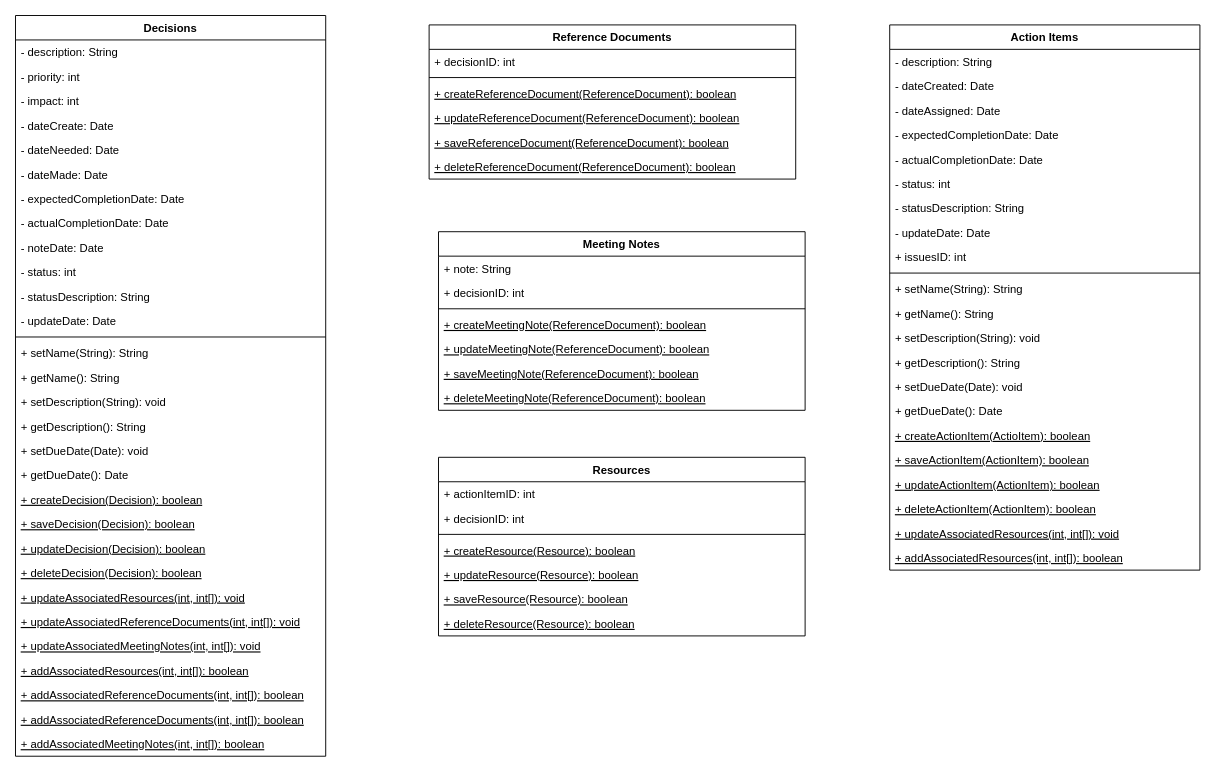
The draw.io diagram diagrams/umlAlice.drawio in alicebalayan/comp380---project3, before the edit. Source tidied: cells renumbered, new cells numbered last; positions are measured from the earlier drawing's top-left corner, leaving out a move shared by most shapes. Both pictures are drawn from the tidied source at 94%, with x=0, y=0 at pixel (15, 15).
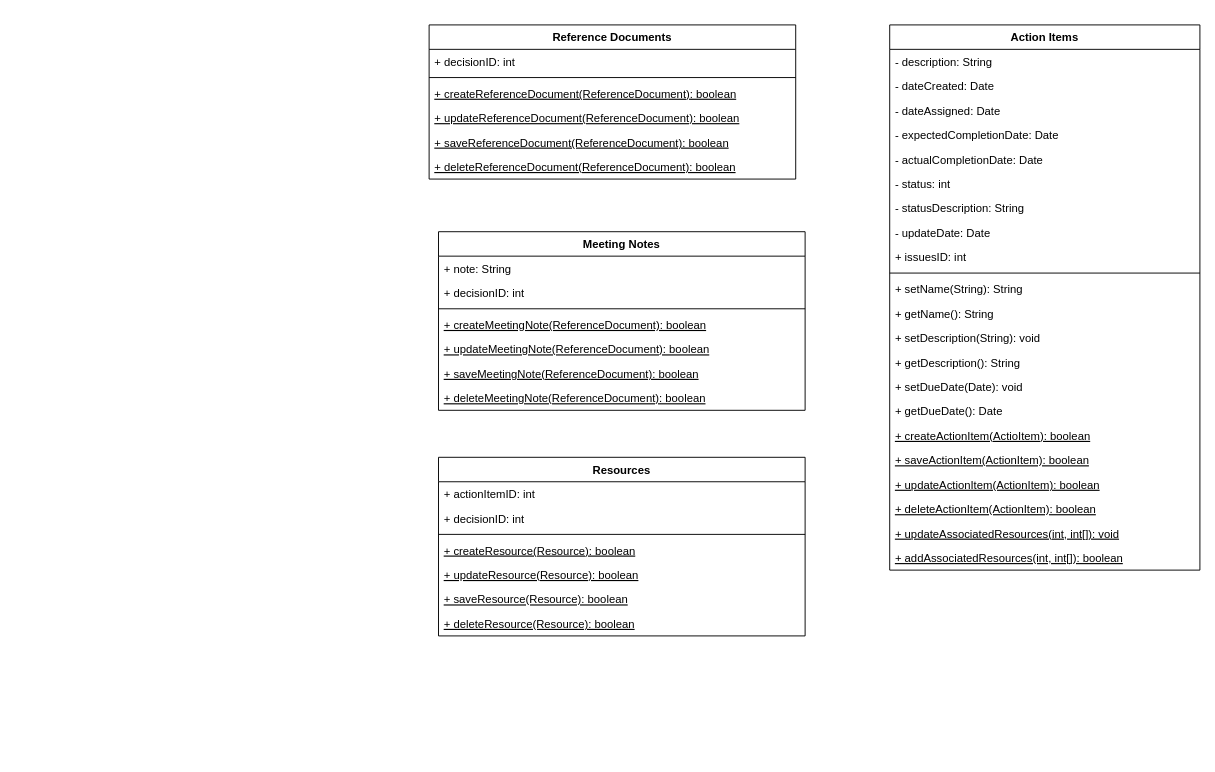
The same diagram, later.

The edit, as a diff of the source:
```diff
@@
-    <mxCell id="2" value="Decisions" style="swimlane;fontStyle=1;align=center;verticalAlign=top;horizontal=1;startSize=26;" parent="1" vertex="1">
-      <mxGeometry width="330" height="788" as="geometry" />
-    </mxCell>
-    <mxCell id="3" value="- description: String" style="text;strokeColor=none;fillColor=none;align=left;verticalAlign=top;spacingLeft=4;spacingRight=4;overflow=hidden;" parent="2" vertex="1">
-      <mxGeometry y="26" width="330" height="26" as="geometry" />
-    </mxCell>
-    <mxCell id="4" value="- priority: int " style="text;strokeColor=none;fillColor=none;align=left;verticalAlign=top;spacingLeft=4;spacingRight=4;overflow=hidden;" parent="2" vertex="1">
-      <mxGeometry y="52" width="330" height="26" as="geometry" />
-    </mxCell>
-    <mxCell id="5" value="- impact: int" style="text;strokeColor=none;fillColor=none;align=left;verticalAlign=top;spacingLeft=4;spacingRight=4;overflow=hidden;" parent="2" vertex="1">
-      <mxGeometry y="78" width="330" height="26" as="geometry" />
-    </mxCell>
-    <mxCell id="6" value="- dateCreate: Date" style="text;strokeColor=none;fillColor=none;align=left;verticalAlign=top;spacingLeft=4;spacingRight=4;overflow=hidden;" parent="2" vertex="1">
-      <mxGeometry y="104" width="330" height="26" as="geometry" />
-    </mxCell>
-    <mxCell id="7" value="- dateNeeded: Date" style="text;strokeColor=none;fillColor=none;align=left;verticalAlign=top;spacingLeft=4;spacingRight=4;overflow=hidden;" parent="2" vertex="1">
-      <mxGeometry y="130" width="330" height="26" as="geometry" />
-    </mxCell>
-    <mxCell id="8" value="- dateMade: Date" style="text;strokeColor=none;fillColor=none;align=left;verticalAlign=top;spacingLeft=4;spacingRight=4;overflow=hidden;" parent="2" vertex="1">
-      <mxGeometry y="156" width="330" height="26" as="geometry" />
-    </mxCell>
-    <mxCell id="9" value="- expectedCompletionDate: Date&#10;" style="text;strokeColor=none;fillColor=none;align=left;verticalAlign=top;spacingLeft=4;spacingRight=4;overflow=hidden;" parent="2" vertex="1">
-      <mxGeometry y="182" width="330" height="26" as="geometry" />
-    </mxCell>
-    <mxCell id="10" value="- actualCompletionDate: Date" style="text;strokeColor=none;fillColor=none;align=left;verticalAlign=top;spacingLeft=4;spacingRight=4;overflow=hidden;" parent="2" vertex="1">
-      <mxGeometry y="208" width="330" height="26" as="geometry" />
-    </mxCell>
-    <mxCell id="11" value="- noteDate: Date" style="text;strokeColor=none;fillColor=none;align=left;verticalAlign=top;spacingLeft=4;spacingRight=4;overflow=hidden;" parent="2" vertex="1">
-      <mxGeometry y="234" width="330" height="26" as="geometry" />
-    </mxCell>
-    <mxCell id="12" value="- status: int" style="text;strokeColor=none;fillColor=none;align=left;verticalAlign=top;spacingLeft=4;spacingRight=4;overflow=hidden;" parent="2" vertex="1">
-      <mxGeometry y="260" width="330" height="26" as="geometry" />
-    </mxCell>
-    <mxCell id="13" value="- statusDescription: String" style="text;strokeColor=none;fillColor=none;align=left;verticalAlign=top;spacingLeft=4;spacingRight=4;overflow=hidden;" parent="2" vertex="1">
-      <mxGeometry y="286" width="330" height="26" as="geometry" />
-    </mxCell>
-    <mxCell id="14" value="- updateDate: Date" style="text;strokeColor=none;fillColor=none;align=left;verticalAlign=top;spacingLeft=4;spacingRight=4;overflow=hidden;" parent="2" vertex="1">
-      <mxGeometry y="312" width="330" height="26" as="geometry" />
-    </mxCell>
-    <mxCell id="15" style="line;strokeWidth=1;fillColor=none;align=left;verticalAlign=middle;spacingTop=-1;spacingLeft=3;spacingRight=3;labelPosition=right;" parent="2" vertex="1">
-      <mxGeometry y="338" width="330" height="8" as="geometry" />
-    </mxCell>
-    <mxCell id="16" value="+ setName(String): String" style="text;strokeColor=none;fillColor=none;align=left;verticalAlign=top;spacingLeft=4;spacingRight=4;overflow=hidden;" parent="2" vertex="1">
-      <mxGeometry y="346" width="330" height="26" as="geometry" />
-    </mxCell>
-    <mxCell id="17" value="+ getName(): String" style="text;strokeColor=none;fillColor=none;align=left;verticalAlign=top;spacingLeft=4;spacingRight=4;overflow=hidden;" parent="2" vertex="1">
-      <mxGeometry y="372" width="330" height="26" as="geometry" />
-    </mxCell>
-    <mxCell id="18" value="+ setDescription(String): void" style="text;strokeColor=none;fillColor=none;align=left;verticalAlign=top;spacingLeft=4;spacingRight=4;overflow=hidden;" parent="2" vertex="1">
-      <mxGeometry y="398" width="330" height="26" as="geometry" />
-    </mxCell>
-    <mxCell id="19" value="+ getDescription(): String" style="text;strokeColor=none;fillColor=none;align=left;verticalAlign=top;spacingLeft=4;spacingRight=4;overflow=hidden;" parent="2" vertex="1">
-      <mxGeometry y="424" width="330" height="26" as="geometry" />
-    </mxCell>
-    <mxCell id="20" value="+ setDueDate(Date): void" style="text;strokeColor=none;fillColor=none;align=left;verticalAlign=top;spacingLeft=4;spacingRight=4;overflow=hidden;" parent="2" vertex="1">
-      <mxGeometry y="450" width="330" height="26" as="geometry" />
-    </mxCell>
-    <mxCell id="21" value="+ getDueDate(): Date" style="text;strokeColor=none;fillColor=none;align=left;verticalAlign=top;spacingLeft=4;spacingRight=4;overflow=hidden;" parent="2" vertex="1">
-      <mxGeometry y="476" width="330" height="26" as="geometry" />
-    </mxCell>
-    <mxCell id="22" value="+ createDecision(Decision): boolean" style="text;strokeColor=none;fillColor=none;align=left;verticalAlign=top;spacingLeft=4;spacingRight=4;overflow=hidden;fontStyle=4;" parent="2" vertex="1">
-      <mxGeometry y="502" width="330" height="26" as="geometry" />
-    </mxCell>
-    <mxCell id="23" value="+ saveDecision(Decision): boolean" style="text;strokeColor=none;fillColor=none;align=left;verticalAlign=top;spacingLeft=4;spacingRight=4;overflow=hidden;fontStyle=4;" parent="2" vertex="1">
-      <mxGeometry y="528" width="330" height="26" as="geometry" />
-    </mxCell>
-    <mxCell id="24" value="+ updateDecision(Decision): boolean" style="text;strokeColor=none;fillColor=none;align=left;verticalAlign=top;spacingLeft=4;spacingRight=4;overflow=hidden;fontStyle=4;" parent="2" vertex="1">
-      <mxGeometry y="554" width="330" height="26" as="geometry" />
-    </mxCell>
-    <mxCell id="25" value="+ deleteDecision(Decision): boolean" style="text;strokeColor=none;fillColor=none;align=left;verticalAlign=top;spacingLeft=4;spacingRight=4;overflow=hidden;fontStyle=4;" parent="2" vertex="1">
-      <mxGeometry y="580" width="330" height="26" as="geometry" />
-    </mxCell>
-    <mxCell id="26" value="+ updateAssociatedResources(int, int[]): void" style="text;strokeColor=none;fillColor=none;align=left;verticalAlign=top;spacingLeft=4;spacingRight=4;overflow=hidden;fontStyle=4;" parent="2" vertex="1">
-      <mxGeometry y="606" width="330" height="26" as="geometry" />
-    </mxCell>
-    <mxCell id="27" value="+ updateAssociatedReferenceDocuments(int, int[]): void" style="text;strokeColor=none;fillColor=none;align=left;verticalAlign=top;spacingLeft=4;spacingRight=4;overflow=hidden;fontStyle=4;" parent="2" vertex="1">
-      <mxGeometry y="632" width="330" height="26" as="geometry" />
-    </mxCell>
-    <mxCell id="28" value="+ updateAssociatedMeetingNotes(int, int[]): void" style="text;strokeColor=none;fillColor=none;align=left;verticalAlign=top;spacingLeft=4;spacingRight=4;overflow=hidden;fontStyle=4;" parent="2" vertex="1">
-      <mxGeometry y="658" width="330" height="26" as="geometry" />
-    </mxCell>
-    <mxCell id="29" value="+ addAssociatedResources(int, int[]): boolean" style="text;strokeColor=none;fillColor=none;align=left;verticalAlign=top;spacingLeft=4;spacingRight=4;overflow=hidden;fontStyle=4;" parent="2" vertex="1">
-      <mxGeometry y="684" width="330" height="26" as="geometry" />
-    </mxCell>
-    <mxCell id="30" value="+ addAssociatedReferenceDocuments(int, int[]): boolean" style="text;strokeColor=none;fillColor=none;align=left;verticalAlign=top;spacingLeft=4;spacingRight=4;overflow=hidden;fontStyle=4;" parent="2" vertex="1">
-      <mxGeometry y="710" width="330" height="26" as="geometry" />
-    </mxCell>
-    <mxCell id="31" value="+ addAssociatedReferenceDocuments(int, int[]): boolean" style="text;strokeColor=none;fillColor=none;align=left;verticalAlign=top;spacingLeft=4;spacingRight=4;overflow=hidden;fontStyle=4;" parent="2" vertex="1">
-      <mxGeometry y="736" width="330" height="26" as="geometry" />
-    </mxCell>
-    <mxCell id="32" value="+ addAssociatedMeetingNotes(int, int[]): boolean" style="text;strokeColor=none;fillColor=none;align=left;verticalAlign=top;spacingLeft=4;spacingRight=4;overflow=hidden;fontStyle=4;" parent="2" vertex="1">
-      <mxGeometry y="762" width="330" height="26" as="geometry" />
-    </mxCell>
```
